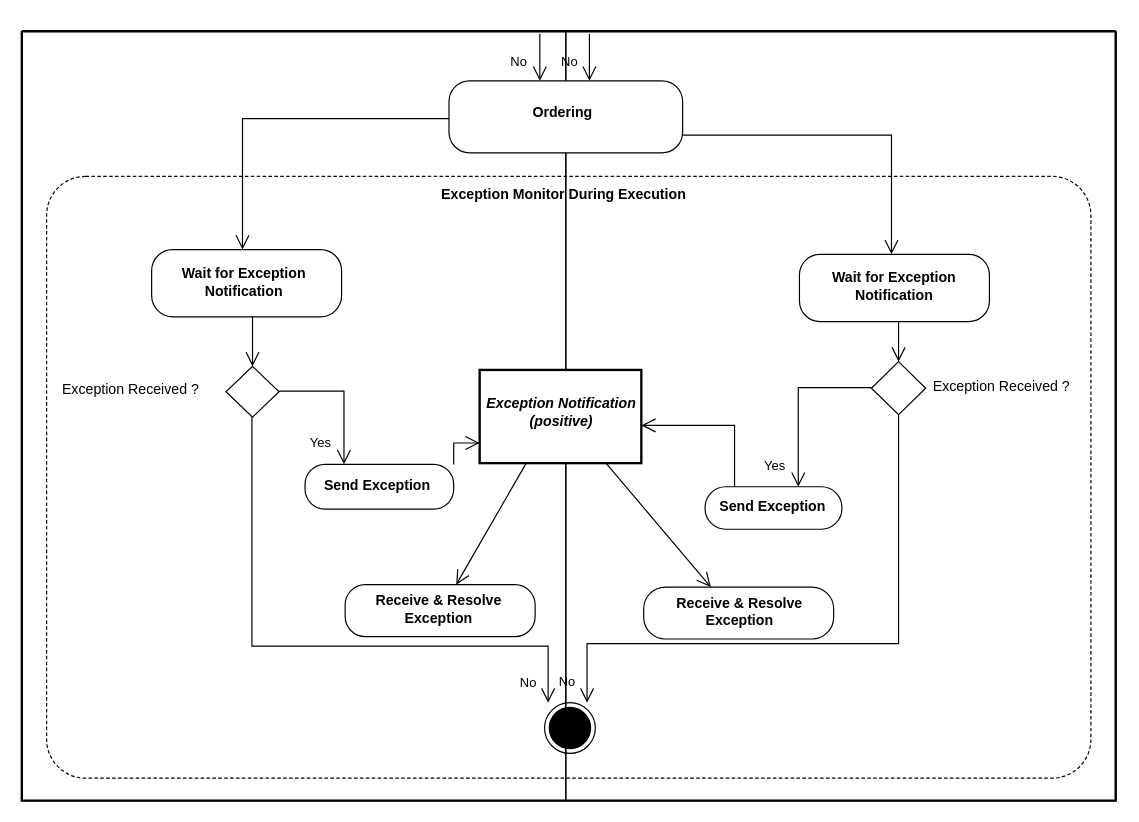
The draw.io diagram diagrams/UBL-2.2-CPFR-ExceptionMonitor/UBL-2.2-CPFR-ExceptionMonitor.drawio in kduvekot/ubl-work-on-svg-images, before the edit. Source tidied: cells renumbered, new cells numbered last; positions are measured from the earlier drawing's top-left corner, leaving out a move shared by most shapes. Both pictures are drawn from the tidied source at 118%, with x=0, y=0 at pixel (21, 31).
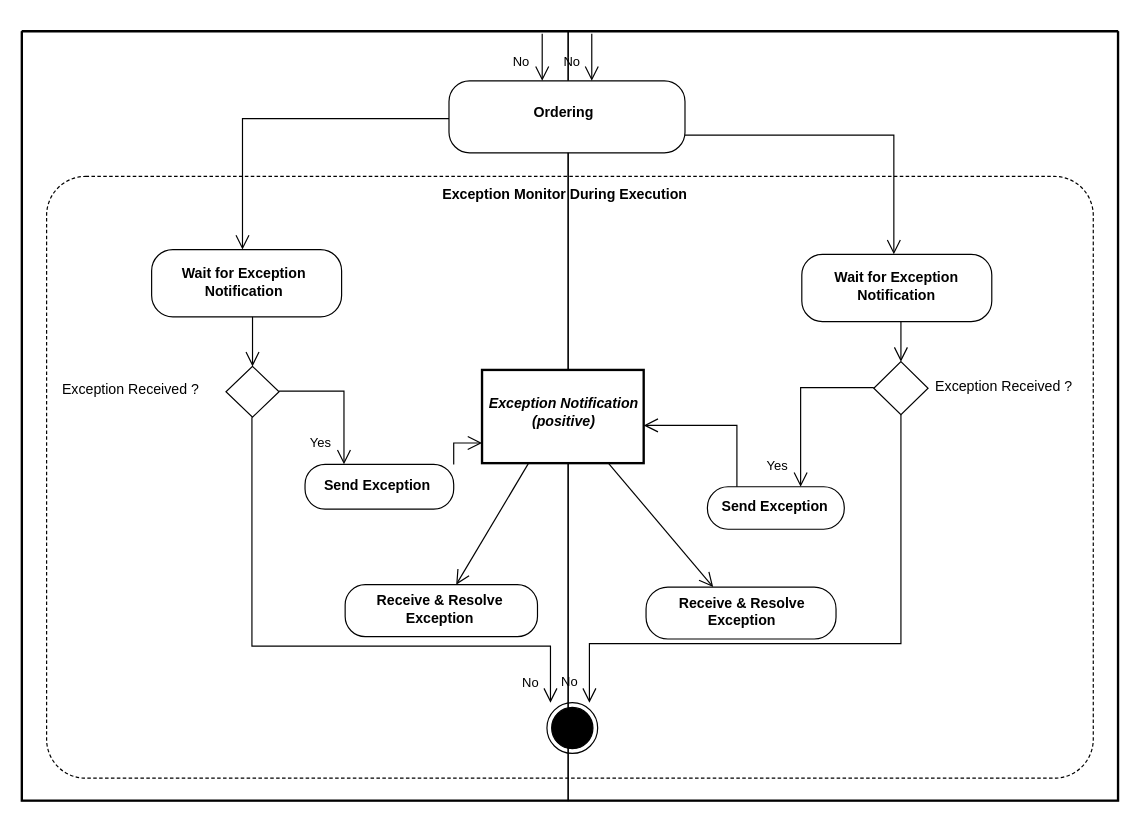
The same diagram, later.

Unchanged cells that the change refers to:
```xml
<mxCell id="10" value="Exception Received ?" style="rhombus;html=1;whiteSpace=nowrap;fontStyle=0;align=center;verticalAlign=middle;spacing=0;spacingRight=207;spacingBottom=3;" parent="4" vertex="1">
  <mxGeometry x="173" y="284" width="45" height="43" as="geometry" />
</mxCell>
<mxCell id="11" value="Exception Notification&lt;br&gt;(positive)" style="rounded=0;html=1;whiteSpace=nowrap;fontStyle=3;align=center;verticalAlign=middle;spacing=0;spacingLeft=1;spacingBottom=7;strokeWidth=2;" parent="5" vertex="1">
  <mxGeometry x="-73" y="287" width="137" height="79" as="geometry" />
</mxCell>
<mxCell id="16" style="ellipse;shape=endState;fillColor=#000000;html=1;" parent="5" vertex="1">
  <mxGeometry x="-18" y="569" width="43" height="43" as="geometry" />
</mxCell>
```

What changed in the source:
```diff
@@
     <mxCell id="2" style="swimlane;html=1;startSize=0;whiteSpace=wrap;fillColor=none;strokeWidth=2;" parent="1" vertex="1">
-      <mxGeometry width="927" height="652" as="geometry" />
+      <mxGeometry width="929" height="652" as="geometry" />
     </mxCell>
     <mxCell id="3" value="Exception Monitor During Execution" style="rounded=1;absoluteArcSize=1;arcSize=66;fillColor=none;dashed=1;dashPattern=3 2;html=1;whiteSpace=nowrap;fontStyle=1;align=center;verticalAlign=top;spacing=0;spacingTop=4;spacingRight=9;" parent="2" vertex="1">
-      <mxGeometry x="21" y="123" width="885" height="510" as="geometry" />
+      <mxGeometry x="21" y="123" width="887" height="510" as="geometry" />
     </mxCell>
     <mxCell id="4" style="swimlane;horizontal=1;startSize=22;swimlaneLine=0;html=1;fillColor=none;fontStyle=0;spacing=0;spacingRight=1;" parent="2" vertex="1">
-      <mxGeometry width="461" height="652" as="geometry" />
+      <mxGeometry width="463" height="652" as="geometry" />
     </mxCell>
     <mxCell id="5" style="swimlane;horizontal=1;startSize=22;swimlaneLine=0;html=1;fillColor=none;fontStyle=0;spacing=0;spacingLeft=2;" parent="2" vertex="1">
-      <mxGeometry x="461" width="466" height="652" as="geometry" />
+      <mxGeometry x="463" width="466" height="652" as="geometry" />
     </mxCell>
     <mxCell id="6" value="Ordering" style="rounded=1;absoluteArcSize=1;arcSize=35;html=1;whiteSpace=nowrap;fontStyle=1;align=center;verticalAlign=middle;spacing=0;spacingRight=7;spacingBottom=7;" parent="5" vertex="1">
-      <mxGeometry x="-99" y="42" width="198" height="61" as="geometry" />
+      <mxGeometry x="-101" y="42" width="200" height="61" as="geometry" />
     </mxCell>
@@
     <mxCell id="14" value="Receive &amp;amp; Resolve&lt;br&gt;Exception" style="rounded=1;absoluteArcSize=1;arcSize=34;html=1;whiteSpace=nowrap;fontStyle=1;align=center;verticalAlign=middle;spacing=0;spacingRight=4;spacingBottom=2;" parent="4" vertex="1">
-      <mxGeometry x="274" y="469" width="161" height="44" as="geometry" />
+      <mxGeometry x="274" y="469" width="163" height="44" as="geometry" />
     </mxCell>
@@
     <mxCell id="25" value="No" style="edgeStyle=orthogonalEdgeStyle;rounded=0;html=1;endArrow=open;endFill=0;endSize=10;exitPerimeter=0;entryPerimeter=0;fontStyle=0;align=center;verticalAlign=middle;labelBackgroundColor=none;exitX=0.488889;exitY=1;entryX=0.069767;entryY=0;" parent="2" edge="1" source="10" target="16">
       <mxGeometry x="0.93" relative="1" as="geometry">
         <Array as="points">
           <mxPoint x="195" y="521" />
-          <mxPoint x="446" y="521" />
+          <mxPoint x="448" y="521" />
         </Array>
         <mxPoint x="-17" as="offset" />
       </mxGeometry>
     </mxCell>
@@
-    <mxCell id="27" style="edgeStyle=none;rounded=0;html=1;endArrow=open;endFill=0;endSize=10;exitX=0.2881;exitY=1;exitPerimeter=0;entryX=0.5845;entryY=0;entryPerimeter=0;" parent="2" edge="1" source="11" target="14">
+    <mxCell id="27" style="edgeStyle=none;rounded=0;html=1;endArrow=open;endFill=0;endSize=10;exitX=0.2881;exitY=1;exitPerimeter=0;entryX=0.577328;entryY=0;entryPerimeter=0;" parent="2" edge="1" source="11" target="14">
       <mxGeometry relative="1" as="geometry" />
     </mxCell>
@@
-    <mxCell id="29" value="No" style="edgeStyle=none;rounded=0;html=1;endArrow=open;endFill=0;endSize=10;fontStyle=0;align=center;verticalAlign=middle;labelBackgroundColor=none;entryPerimeter=0;entryX=0.388889;entryY=0;" parent="5" edge="1" target="6">
+    <mxCell id="29" value="No" style="edgeStyle=none;rounded=0;html=1;endArrow=open;endFill=0;endSize=10;fontStyle=0;align=center;verticalAlign=middle;labelBackgroundColor=none;entryPerimeter=0;entryX=0.395;entryY=0;" parent="5" edge="1" target="6">
       <mxGeometry x="0.21" relative="1" as="geometry">
         <mxPoint x="-22" y="2" as="sourcePoint" />
         <mxPoint x="-18" as="offset" />
       </mxGeometry>
     </mxCell>
-    <mxCell id="30" value="No" style="edgeStyle=none;rounded=0;html=1;endArrow=open;endFill=0;endSize=10;fontStyle=0;align=center;verticalAlign=middle;labelBackgroundColor=none;entryPerimeter=0;entryX=0.60101;entryY=0;" parent="5" edge="1" target="6">
+    <mxCell id="30" value="No" style="edgeStyle=none;rounded=0;html=1;endArrow=open;endFill=0;endSize=10;fontStyle=0;align=center;verticalAlign=middle;labelBackgroundColor=none;entryPerimeter=0;entryX=0.605;entryY=0;" parent="5" edge="1" target="6">
       <mxGeometry x="0.26" relative="1" as="geometry">
         <mxPoint x="20" y="2" as="sourcePoint" />
         <mxPoint x="-17" y="-1" as="offset" />
       </mxGeometry>
     </mxCell>
```
